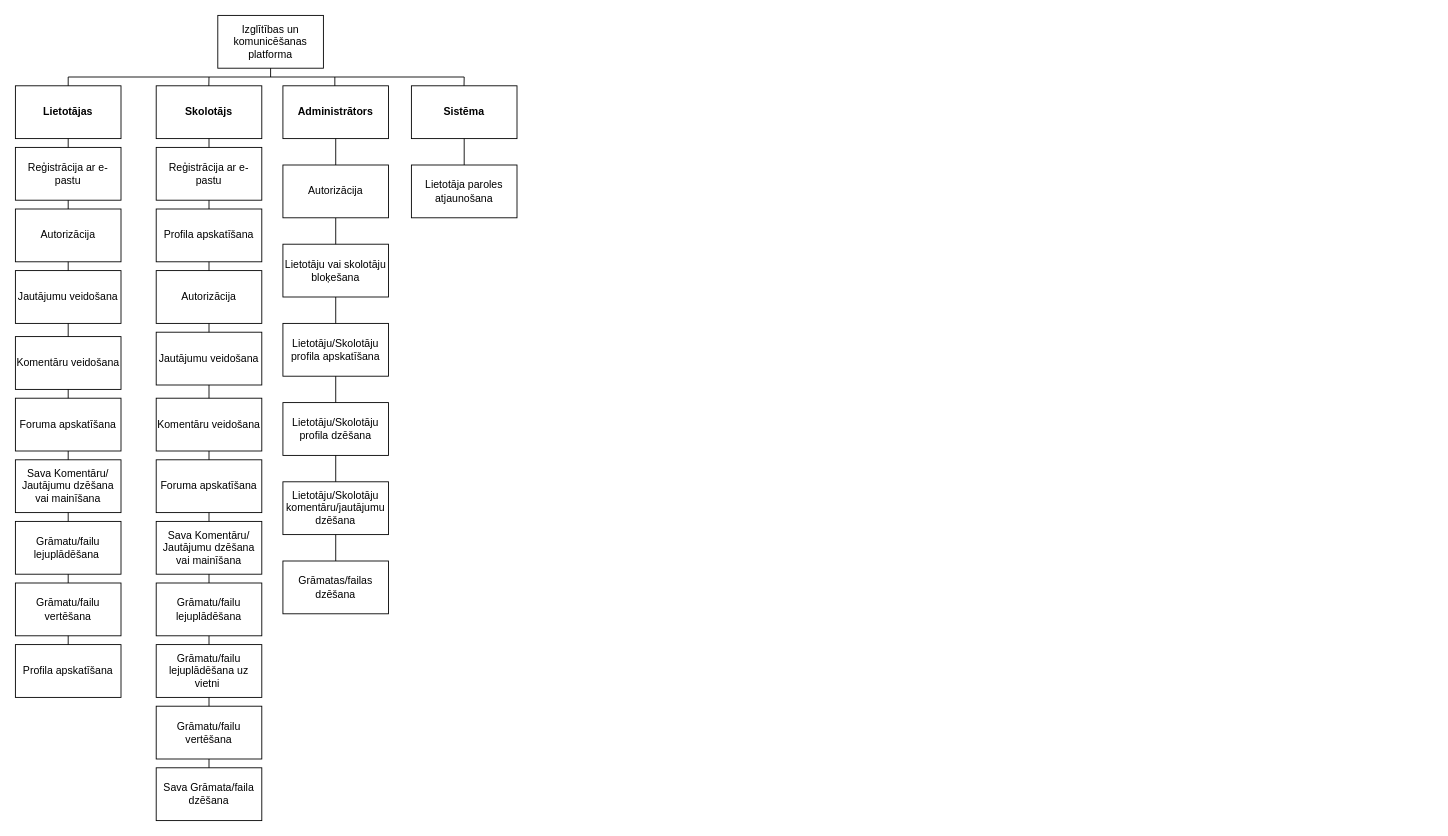
The draw.io diagram Sistemas_strukturas_modelis.drawio in MaksimsVisockis01/diploms, before the edit. Source tidied: cells renumbered, new cells numbered last; positions are measured from the earlier drawing's top-left corner, leaving out a move shared by most shapes. Both pictures are drawn from the tidied source at 88%, with x=0, y=0 at pixel (15, 15).
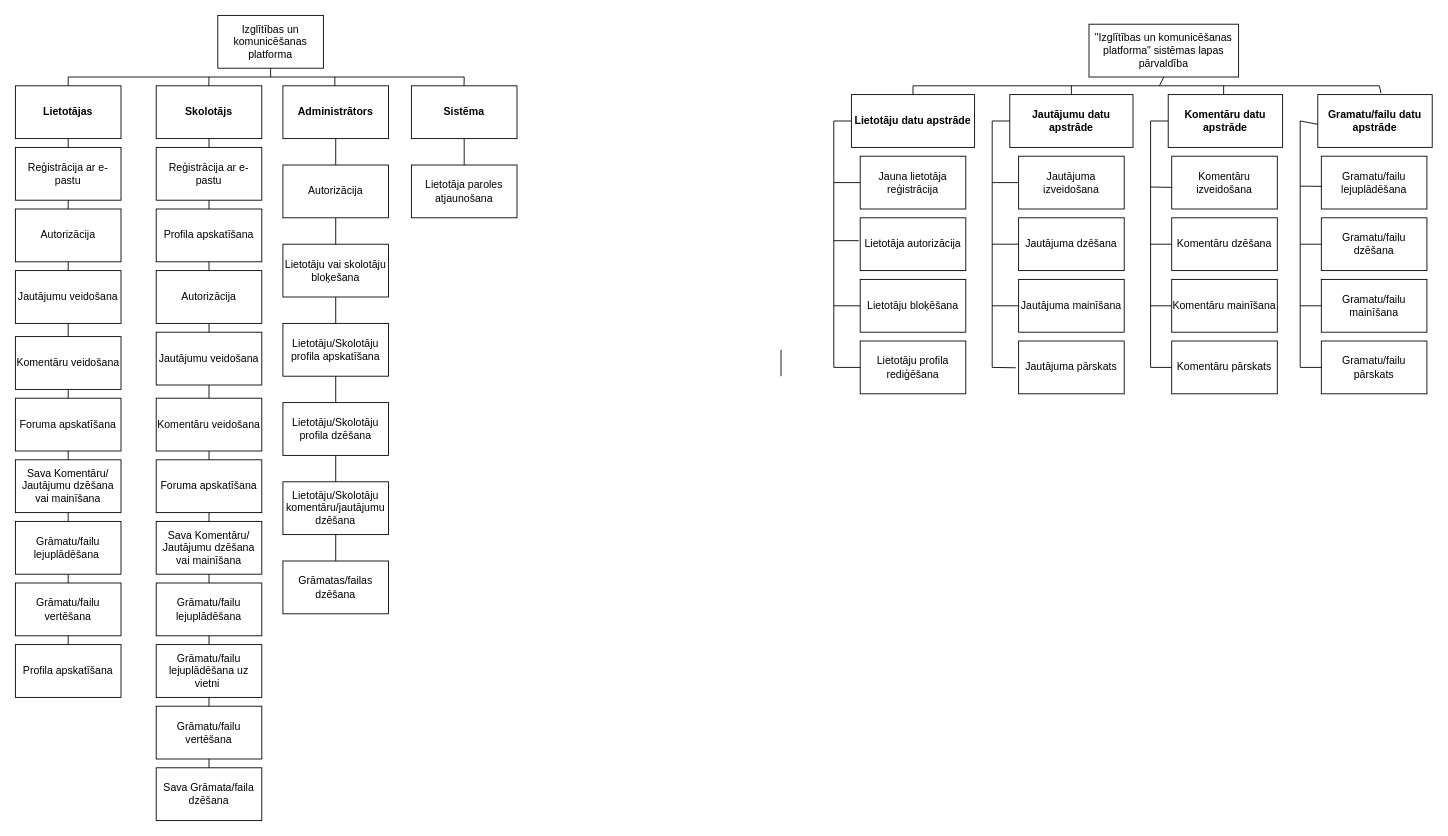
After the change.

What changed in the source:
```diff
@@
+    <mxCell id="67" value="&quot;Izglītības un komunicēšanas platforma&quot; sistēmas lapas pārvaldība" style="rounded=0;whiteSpace=wrap;html=1;" parent="1" vertex="1">
+      <mxGeometry x="1220" y="10" width="170" height="60" as="geometry" />
+    </mxCell>
+    <mxCell id="68" value="&lt;b&gt;Lietotāju datu apstrāde&lt;/b&gt;" style="rounded=0;whiteSpace=wrap;html=1;" parent="1" vertex="1">
+      <mxGeometry x="950" y="90" width="140" height="60" as="geometry" />
+    </mxCell>
+    <mxCell id="69" value="&lt;b&gt;Jautājumu datu apstrāde&lt;/b&gt;" style="rounded=0;whiteSpace=wrap;html=1;" parent="1" vertex="1">
+      <mxGeometry x="1130" y="90" width="140" height="60" as="geometry" />
+    </mxCell>
+    <mxCell id="70" value="&lt;b style=&quot;border-color: var(--border-color);&quot;&gt;Komentāru datu apstrāde&lt;/b&gt;" style="rounded=0;whiteSpace=wrap;html=1;" parent="1" vertex="1">
+      <mxGeometry x="1310" y="90" width="130" height="60" as="geometry" />
+    </mxCell>
+    <mxCell id="71" style="endArrow=none;html=1;rounded=0;" parent="1" edge="1">
+      <mxGeometry relative="1" as="geometry">
+        <mxPoint x="1020" y="80" as="sourcePoint" />
+        <mxPoint x="1550" y="80" as="targetPoint" />
+      </mxGeometry>
+    </mxCell>
+    <mxCell id="72" value="&lt;b&gt;Gramatu/failu datu apstrāde&lt;/b&gt;" style="rounded=0;whiteSpace=wrap;html=1;" parent="1" vertex="1">
+      <mxGeometry x="1480" y="90" width="130" height="60" as="geometry" />
+    </mxCell>
+    <mxCell id="73" style="endArrow=none;html=1;rounded=0;exitX=0.5;exitY=1;exitDx=0;exitDy=0;" parent="1" edge="1" source="67">
+      <mxGeometry relative="1" as="geometry">
+        <mxPoint x="1300" y="80" as="targetPoint" />
+      </mxGeometry>
+    </mxCell>
+    <mxCell id="74" style="endArrow=none;html=1;rounded=0;exitX=0.5;exitY=0;exitDx=0;exitDy=0;" parent="1" edge="1" source="68">
+      <mxGeometry relative="1" as="geometry">
+        <mxPoint x="1020" y="80" as="targetPoint" />
+      </mxGeometry>
+    </mxCell>
+    <mxCell id="75" style="endArrow=none;html=1;rounded=0;exitX=0.5;exitY=0;exitDx=0;exitDy=0;" parent="1" edge="1">
+      <mxGeometry relative="1" as="geometry">
+        <mxPoint x="1373" y="90" as="sourcePoint" />
+        <mxPoint x="1373" y="80" as="targetPoint" />
+      </mxGeometry>
+    </mxCell>
+    <mxCell id="76" style="endArrow=none;html=1;rounded=0;" parent="1" edge="1" source="69">
+      <mxGeometry relative="1" as="geometry">
+        <mxPoint x="1200" y="80" as="targetPoint" />
+      </mxGeometry>
+    </mxCell>
+    <mxCell id="77" style="endArrow=none;html=1;rounded=0;exitX=0.552;exitY=-0.027;exitDx=0;exitDy=0;exitPerimeter=0;" parent="1" edge="1" source="72">
+      <mxGeometry relative="1" as="geometry">
+        <mxPoint x="1550" y="80" as="targetPoint" />
+      </mxGeometry>
+    </mxCell>
+    <mxCell id="78" value="Jauna lietotāja reģistrācija" style="rounded=0;whiteSpace=wrap;html=1;" parent="1" vertex="1">
+      <mxGeometry x="960" y="160" width="120" height="60" as="geometry" />
+    </mxCell>
+    <mxCell id="79" value="Lietotāja autorizācija" style="rounded=0;whiteSpace=wrap;html=1;" parent="1" vertex="1">
+      <mxGeometry x="960" y="230" width="120" height="60" as="geometry" />
+    </mxCell>
+    <mxCell id="80" value="Lietotāju bloķēšana" style="rounded=0;whiteSpace=wrap;html=1;" parent="1" vertex="1">
+      <mxGeometry x="960" y="300" width="120" height="60" as="geometry" />
+    </mxCell>
+    <mxCell id="81" value="Lietotāju profila rediģēšana" style="rounded=0;whiteSpace=wrap;html=1;" parent="1" vertex="1">
+      <mxGeometry x="960" y="370" width="120" height="60" as="geometry" />
+    </mxCell>
+    <mxCell id="82" value="Jautājuma izveidošana" style="rounded=0;whiteSpace=wrap;html=1;" parent="1" vertex="1">
+      <mxGeometry x="1140" y="160" width="120" height="60" as="geometry" />
+    </mxCell>
+    <mxCell id="83" value="Jautājuma dzēšana" style="rounded=0;whiteSpace=wrap;html=1;" parent="1" vertex="1">
+      <mxGeometry x="1140" y="230" width="120" height="60" as="geometry" />
+    </mxCell>
+    <mxCell id="84" value="Jautājuma mainīšana" style="rounded=0;whiteSpace=wrap;html=1;" parent="1" vertex="1">
+      <mxGeometry x="1140" y="300" width="120" height="60" as="geometry" />
+    </mxCell>
+    <mxCell id="85" value="Jautājuma pārskats" style="rounded=0;whiteSpace=wrap;html=1;" parent="1" vertex="1">
+      <mxGeometry x="1140" y="370" width="120" height="60" as="geometry" />
+    </mxCell>
+    <mxCell id="86" value="Komentāru izveidošana" style="rounded=0;whiteSpace=wrap;html=1;" parent="1" vertex="1">
+      <mxGeometry x="1314" y="160" width="120" height="60" as="geometry" />
+    </mxCell>
+    <mxCell id="87" value="Komentāru dzēšana" style="rounded=0;whiteSpace=wrap;html=1;" parent="1" vertex="1">
+      <mxGeometry x="1314" y="230" width="120" height="60" as="geometry" />
+    </mxCell>
+    <mxCell id="88" value="Komentāru mainīšana" style="rounded=0;whiteSpace=wrap;html=1;" parent="1" vertex="1">
+      <mxGeometry x="1314" y="300" width="120" height="60" as="geometry" />
+    </mxCell>
+    <mxCell id="89" value="Komentāru pārskats" style="rounded=0;whiteSpace=wrap;html=1;" parent="1" vertex="1">
+      <mxGeometry x="1314" y="370" width="120" height="60" as="geometry" />
+    </mxCell>
+    <mxCell id="90" value="Gramatu/failu lejuplādēšana" style="rounded=0;whiteSpace=wrap;html=1;" parent="1" vertex="1">
+      <mxGeometry x="1484" y="160" width="120" height="60" as="geometry" />
+    </mxCell>
+    <mxCell id="91" value="Gramatu/failu dzēšana" style="rounded=0;whiteSpace=wrap;html=1;" parent="1" vertex="1">
+      <mxGeometry x="1484" y="230" width="120" height="60" as="geometry" />
+    </mxCell>
+    <mxCell id="92" value="Gramatu/failu mainīšana" style="rounded=0;whiteSpace=wrap;html=1;" parent="1" vertex="1">
+      <mxGeometry x="1484" y="300" width="120" height="60" as="geometry" />
+    </mxCell>
+    <mxCell id="93" value="Gramatu/failu pārskats" style="rounded=0;whiteSpace=wrap;html=1;" parent="1" vertex="1">
+      <mxGeometry x="1484" y="370" width="120" height="60" as="geometry" />
+    </mxCell>
+    <mxCell id="94" style="endArrow=none;html=1;rounded=0;" parent="1" edge="1">
+      <mxGeometry relative="1" as="geometry">
+        <mxPoint x="930" y="120" as="sourcePoint" />
+        <mxPoint x="930" y="400" as="targetPoint" />
+      </mxGeometry>
+    </mxCell>
+    <mxCell id="95" style="endArrow=none;html=1;rounded=0;" parent="1" edge="1">
+      <mxGeometry relative="1" as="geometry">
+        <mxPoint x="1110" y="120" as="sourcePoint" />
+        <mxPoint x="1110" y="400" as="targetPoint" />
+      </mxGeometry>
+    </mxCell>
+    <mxCell id="96" style="endArrow=none;html=1;rounded=0;" parent="1" edge="1">
+      <mxGeometry relative="1" as="geometry">
+        <mxPoint x="1290" y="120" as="sourcePoint" />
+        <mxPoint x="1290" y="400" as="targetPoint" />
+      </mxGeometry>
+    </mxCell>
+    <mxCell id="97" style="endArrow=none;html=1;rounded=0;" parent="1" edge="1">
+      <mxGeometry relative="1" as="geometry">
+        <mxPoint x="1460" y="120" as="sourcePoint" />
+        <mxPoint x="1460" y="400" as="targetPoint" />
+      </mxGeometry>
+    </mxCell>
+    <mxCell id="98" style="endArrow=none;html=1;rounded=0;" parent="1" edge="1">
+      <mxGeometry relative="1" as="geometry">
+        <mxPoint x="870" y="380" as="sourcePoint" />
+        <mxPoint x="870" y="410" as="targetPoint" />
+      </mxGeometry>
+    </mxCell>
+    <mxCell id="99" style="endArrow=none;html=1;rounded=0;entryX=0;entryY=0.5;entryDx=0;entryDy=0;" parent="1" edge="1" target="68">
+      <mxGeometry relative="1" as="geometry">
+        <mxPoint x="930" y="120" as="sourcePoint" />
+      </mxGeometry>
+    </mxCell>
+    <mxCell id="100" style="endArrow=none;html=1;rounded=0;entryX=0;entryY=0.5;entryDx=0;entryDy=0;" parent="1" edge="1" target="78">
+      <mxGeometry relative="1" as="geometry">
+        <mxPoint x="930" y="190" as="sourcePoint" />
+      </mxGeometry>
+    </mxCell>
+    <mxCell id="101" style="endArrow=none;html=1;rounded=0;entryX=-0.013;entryY=0.433;entryDx=0;entryDy=0;entryPerimeter=0;" parent="1" edge="1" target="79">
+      <mxGeometry relative="1" as="geometry">
+        <mxPoint x="930" y="256" as="sourcePoint" />
+      </mxGeometry>
+    </mxCell>
+    <mxCell id="102" style="endArrow=none;html=1;rounded=0;entryX=0;entryY=0.5;entryDx=0;entryDy=0;" parent="1" edge="1" target="80">
+      <mxGeometry relative="1" as="geometry">
+        <mxPoint x="930" y="330" as="sourcePoint" />
+      </mxGeometry>
+    </mxCell>
+    <mxCell id="103" style="endArrow=none;html=1;rounded=0;entryX=0;entryY=0.5;entryDx=0;entryDy=0;" parent="1" edge="1" target="81">
+      <mxGeometry relative="1" as="geometry">
+        <mxPoint x="930" y="400" as="sourcePoint" />
+      </mxGeometry>
+    </mxCell>
+    <mxCell id="104" style="endArrow=none;html=1;rounded=0;entryX=-0.027;entryY=0.507;entryDx=0;entryDy=0;entryPerimeter=0;" parent="1" edge="1" target="85">
+      <mxGeometry relative="1" as="geometry">
+        <mxPoint x="1110" y="400" as="sourcePoint" />
+      </mxGeometry>
+    </mxCell>
+    <mxCell id="105" style="endArrow=none;html=1;rounded=0;entryX=0;entryY=0.5;entryDx=0;entryDy=0;" parent="1" edge="1" target="84">
+      <mxGeometry relative="1" as="geometry">
+        <mxPoint x="1110" y="330" as="sourcePoint" />
+      </mxGeometry>
+    </mxCell>
+    <mxCell id="106" style="endArrow=none;html=1;rounded=0;entryX=0;entryY=0.5;entryDx=0;entryDy=0;" parent="1" edge="1" target="83">
+      <mxGeometry relative="1" as="geometry">
+        <mxPoint x="1110" y="260" as="sourcePoint" />
+      </mxGeometry>
+    </mxCell>
+    <mxCell id="107" style="endArrow=none;html=1;rounded=0;entryX=0;entryY=0.5;entryDx=0;entryDy=0;" parent="1" edge="1" target="82">
+      <mxGeometry relative="1" as="geometry">
+        <mxPoint x="1110" y="190" as="sourcePoint" />
+      </mxGeometry>
+    </mxCell>
+    <mxCell id="108" style="endArrow=none;html=1;rounded=0;entryX=0;entryY=0.5;entryDx=0;entryDy=0;" parent="1" edge="1" target="69">
+      <mxGeometry relative="1" as="geometry">
+        <mxPoint x="1110" y="120" as="sourcePoint" />
+      </mxGeometry>
+    </mxCell>
+    <mxCell id="109" style="endArrow=none;html=1;rounded=0;entryX=0;entryY=0.5;entryDx=0;entryDy=0;" parent="1" edge="1" target="70">
+      <mxGeometry relative="1" as="geometry">
+        <mxPoint x="1290" y="120" as="sourcePoint" />
+      </mxGeometry>
+    </mxCell>
+    <mxCell id="110" style="endArrow=none;html=1;rounded=0;entryX=0.005;entryY=0.591;entryDx=0;entryDy=0;entryPerimeter=0;" parent="1" edge="1" target="86">
+      <mxGeometry relative="1" as="geometry">
+        <mxPoint x="1290" y="195" as="sourcePoint" />
+      </mxGeometry>
+    </mxCell>
+    <mxCell id="111" style="endArrow=none;html=1;rounded=0;entryX=0;entryY=0.5;entryDx=0;entryDy=0;" parent="1" edge="1" target="87">
+      <mxGeometry relative="1" as="geometry">
+        <mxPoint x="1290" y="260" as="sourcePoint" />
+      </mxGeometry>
+    </mxCell>
+    <mxCell id="112" style="endArrow=none;html=1;rounded=0;entryX=0;entryY=0.5;entryDx=0;entryDy=0;" parent="1" edge="1" target="88">
+      <mxGeometry relative="1" as="geometry">
+        <mxPoint x="1290" y="330" as="sourcePoint" />
+      </mxGeometry>
+    </mxCell>
+    <mxCell id="113" style="endArrow=none;html=1;rounded=0;entryX=0;entryY=0.5;entryDx=0;entryDy=0;" parent="1" edge="1" target="89">
+      <mxGeometry relative="1" as="geometry">
+        <mxPoint x="1290" y="400" as="sourcePoint" />
+      </mxGeometry>
+    </mxCell>
+    <mxCell id="114" style="endArrow=none;html=1;rounded=0;entryX=0;entryY=0.5;entryDx=0;entryDy=0;" parent="1" edge="1" target="93">
+      <mxGeometry relative="1" as="geometry">
+        <mxPoint x="1460" y="400" as="sourcePoint" />
+      </mxGeometry>
+    </mxCell>
+    <mxCell id="115" style="endArrow=none;html=1;rounded=0;entryX=0;entryY=0.5;entryDx=0;entryDy=0;" parent="1" edge="1" target="92">
+      <mxGeometry relative="1" as="geometry">
+        <mxPoint x="1460" y="330" as="sourcePoint" />
+      </mxGeometry>
+    </mxCell>
+    <mxCell id="116" style="endArrow=none;html=1;rounded=0;entryX=0;entryY=0.5;entryDx=0;entryDy=0;" parent="1" edge="1" target="91">
+      <mxGeometry relative="1" as="geometry">
+        <mxPoint x="1460" y="260" as="sourcePoint" />
+      </mxGeometry>
+    </mxCell>
+    <mxCell id="117" style="endArrow=none;html=1;rounded=0;entryX=0.005;entryY=0.572;entryDx=0;entryDy=0;entryPerimeter=0;" parent="1" edge="1" target="90">
+      <mxGeometry relative="1" as="geometry">
+        <mxPoint x="1460" y="194" as="sourcePoint" />
+      </mxGeometry>
+    </mxCell>
+    <mxCell id="118" style="endArrow=none;html=1;rounded=0;entryX=0.001;entryY=0.563;entryDx=0;entryDy=0;entryPerimeter=0;" parent="1" edge="1" target="72">
+      <mxGeometry relative="1" as="geometry">
+        <mxPoint x="1460" y="120" as="sourcePoint" />
+      </mxGeometry>
+    </mxCell>
```
